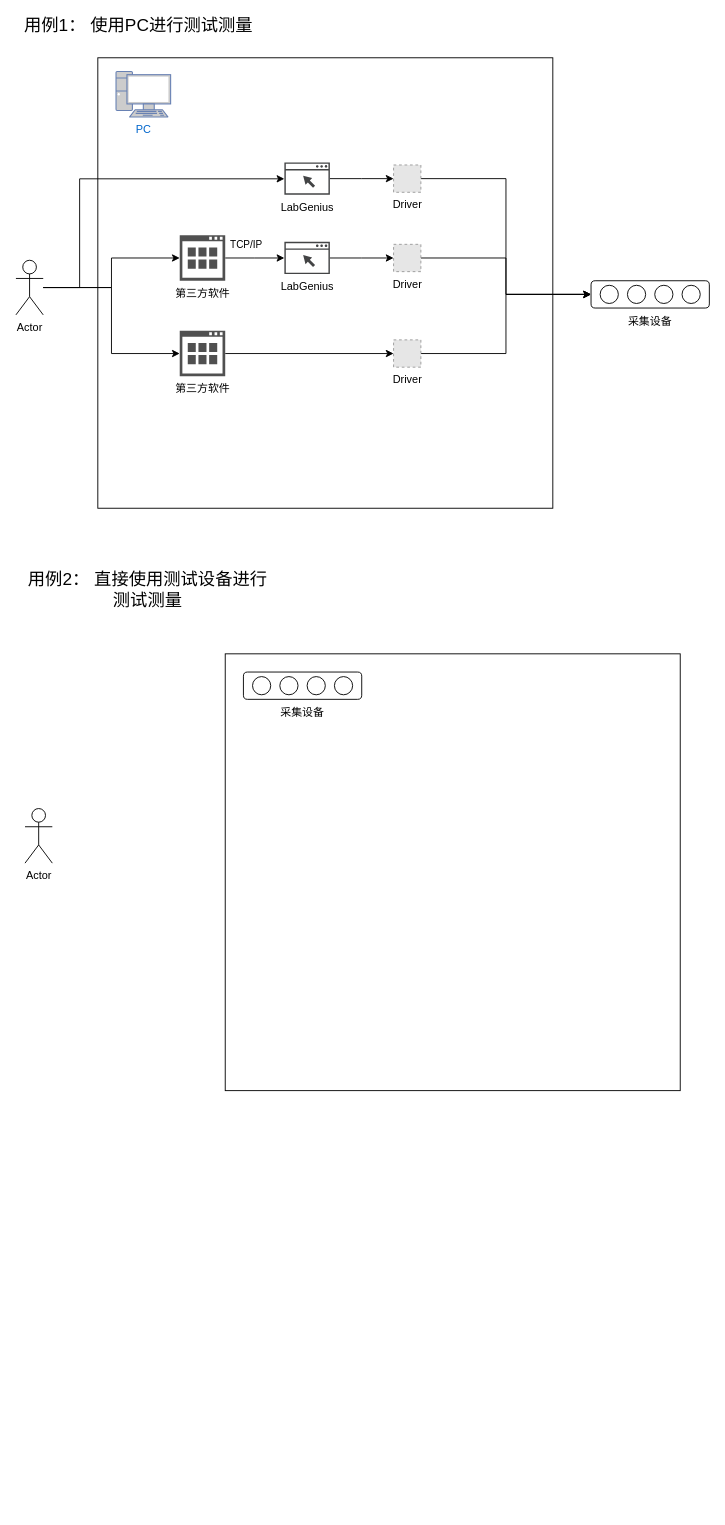
zhugy08/drawio keeps this draw.io diagram as NLab/UseCases.drawio. Above is the earlier version. Source tidied: cells renumbered, new cells numbered last; positions are measured from the earlier drawing's top-left corner, leaving out a move shared by most shapes. Both pictures are drawn from the tidied source at 91%, with x=0, y=0 at pixel (15, 16). Pictures stored in the file or linked from it are replaced by grey dashed boxes.
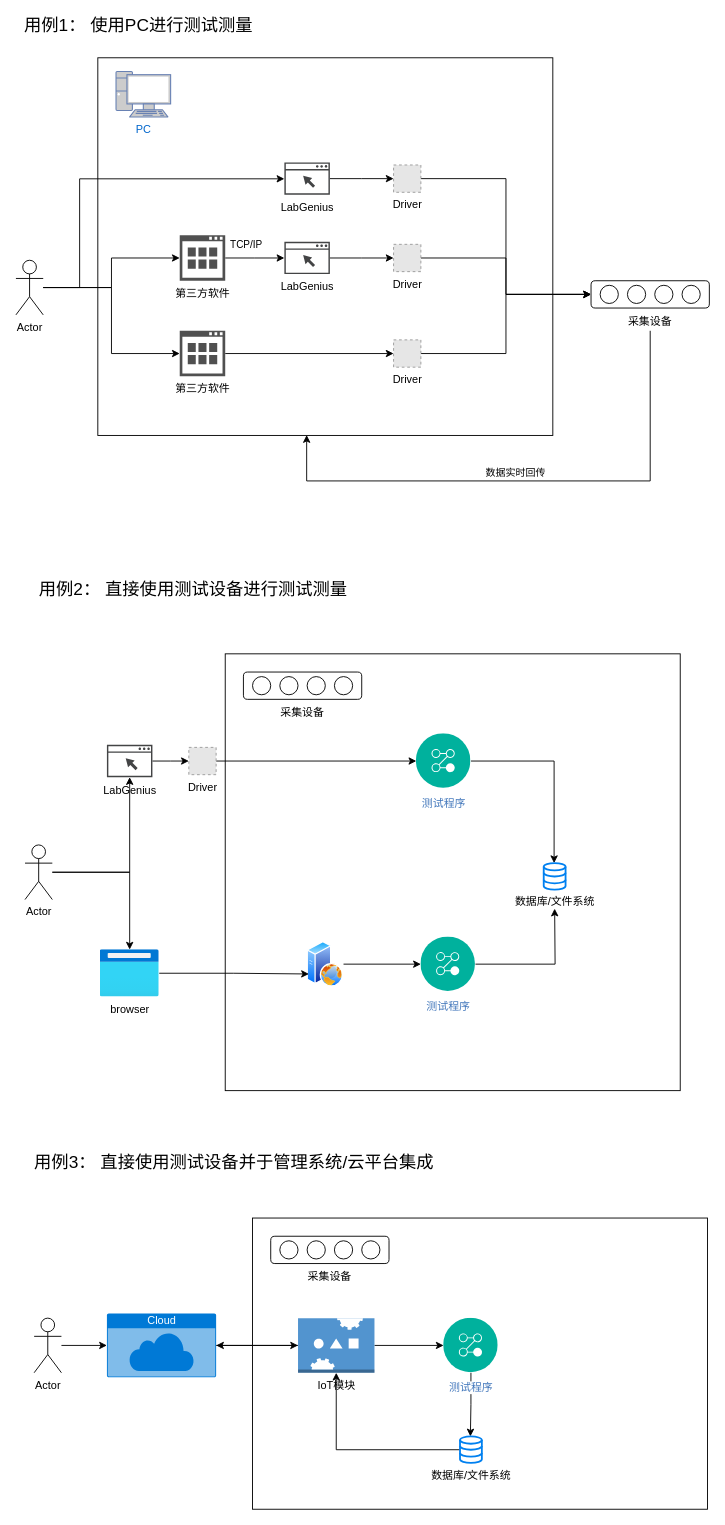
The same page after the edit.

Unchanged cells that the change refers to:
```xml
<mxCell id="16" value="采集设备" style="text;html=1;strokeColor=none;fillColor=none;align=center;verticalAlign=middle;whiteSpace=wrap;rounded=0;" parent="9" vertex="1">
  <mxGeometry x="40" y="35" width="50" height="20" as="geometry" />
</mxCell>
```

Diff of the diagram source:
```diff
@@
     <mxCell id="3" style="rounded=0;whiteSpace=wrap;html=1;" parent="1" vertex="1">
-      <mxGeometry x="90" y="45" width="500" height="495" as="geometry" />
+      <mxGeometry x="90" y="45" width="500" height="415" as="geometry" />
     </mxCell>
@@
     <mxCell id="33" value="&lt;font style=&quot;font-size: 19px&quot;&gt;用例2： 直接使用测试设备进行测试测量&lt;/font&gt;" style="text;html=1;strokeColor=none;fillColor=none;align=center;verticalAlign=middle;whiteSpace=wrap;rounded=0;" parent="1" vertex="1">
-      <mxGeometry x="10" y="620" width="270" height="20" as="geometry" />
+      <mxGeometry x="10" y="620" width="370" height="20" as="geometry" />
     </mxCell>
@@
+    <mxCell id="43" style="edgeStyle=orthogonalEdgeStyle;rounded=0;jettySize=auto;html=1;" parent="1" edge="1" source="42" target="46">
+      <mxGeometry relative="1" as="geometry" />
+    </mxCell>
+    <mxCell id="44" style="edgeStyle=orthogonalEdgeStyle;rounded=0;jettySize=auto;html=1;" parent="1" edge="1" source="42" target="56">
+      <mxGeometry relative="1" as="geometry" />
+    </mxCell>
     <mxCell id="42" value="Actor" style="shape=umlActor;verticalLabelPosition=bottom;verticalAlign=top;html=1;" parent="1" vertex="1">
-      <mxGeometry x="10" y="870" width="30" height="60" as="geometry" />
+      <mxGeometry x="10" y="910" width="30" height="60" as="geometry" />
     </mxCell>
+    <mxCell id="45" style="edgeStyle=orthogonalEdgeStyle;rounded=0;jettySize=auto;html=1;" parent="1" edge="1" source="46" target="50">
+      <mxGeometry relative="1" as="geometry" />
+    </mxCell>
+    <mxCell id="46" value="LabGenius" style="shadow=0;dashed=0;html=1;strokeColor=none;fillColor=#434445;labelPosition=center;verticalLabelPosition=bottom;verticalAlign=top;align=center;outlineConnect=0;shape=mxgraph.vvd.web_browser;" parent="1" vertex="1">
+      <mxGeometry x="100" y="800" width="50" height="35.5" as="geometry" />
+    </mxCell>
+    <mxCell id="47" style="edgeStyle=orthogonalEdgeStyle;rounded=0;jettySize=auto;html=1;entryX=0.475;entryY=0;entryDx=0;entryDy=0;entryPerimeter=0;" parent="1" edge="1" source="48" target="59">
+      <mxGeometry relative="1" as="geometry" />
+    </mxCell>
+    <mxCell id="48" value="测试程序" style="perimeter=ellipsePerimeter;html=1;align=center;shadow=0;dashed=0;fontColor=#4277BB;labelBackgroundColor=#ffffff;fontSize=12;spacingTop=3;image;image=img/lib/ibm/management/process_management.svg;" parent="1" vertex="1">
+      <mxGeometry x="440" y="787.8" width="60" height="60" as="geometry" />
+    </mxCell>
+    <mxCell id="49" style="edgeStyle=orthogonalEdgeStyle;rounded=0;jettySize=auto;html=1;" parent="1" edge="1" source="50" target="48">
+      <mxGeometry relative="1" as="geometry" />
+    </mxCell>
+    <mxCell id="50" value="Driver" style="fillColor=#E6E6E6;strokeColor=#999999;dashed=1;html=1;verticalAlign=top;verticalLabelPosition=bottom;labelBackgroundColor=#ffffff;" parent="1" vertex="1">
+      <mxGeometry x="190" y="802.8" width="30" height="30" as="geometry" />
+    </mxCell>
+    <mxCell id="51" style="edgeStyle=orthogonalEdgeStyle;rounded=0;jettySize=auto;html=1;" parent="1" edge="1" source="52" target="54">
+      <mxGeometry relative="1" as="geometry" />
+    </mxCell>
+    <mxCell id="52" style="perimeter=ellipsePerimeter;html=1;align=center;shadow=0;dashed=0;spacingTop=3;image;image=img/lib/active_directory/web_server.svg;" parent="1" vertex="1">
+      <mxGeometry x="320" y="1016" width="40" height="50" as="geometry" />
+    </mxCell>
+    <mxCell id="53" style="edgeStyle=orthogonalEdgeStyle;rounded=0;jettySize=auto;html=1;" parent="1" edge="1" source="54">
+      <mxGeometry relative="1" as="geometry">
+        <mxPoint x="592" y="980" as="targetPoint" />
+      </mxGeometry>
+    </mxCell>
+    <mxCell id="54" value="测试程序" style="perimeter=ellipsePerimeter;html=1;align=center;shadow=0;dashed=0;fontColor=#4277BB;labelBackgroundColor=#ffffff;fontSize=12;spacingTop=3;image;image=img/lib/ibm/management/process_management.svg;" parent="1" vertex="1">
+      <mxGeometry x="445" y="1011" width="60" height="60" as="geometry" />
+    </mxCell>
+    <mxCell id="55" style="edgeStyle=orthogonalEdgeStyle;rounded=0;jettySize=auto;html=1;entryX=0;entryY=0.75;entryDx=0;entryDy=0;" parent="1" edge="1" source="56" target="52">
+      <mxGeometry relative="1" as="geometry" />
+    </mxCell>
+    <mxCell id="56" value="browser" style="html=1;points=[];align=center;image;fontSize=12;image=img/lib/azure2/general/Browser.svg;" parent="1" vertex="1">
+      <mxGeometry x="92.5" y="1025" width="65" height="52" as="geometry" />
+    </mxCell>
+    <mxCell id="57" style="edgeStyle=orthogonalEdgeStyle;rounded=0;jettySize=auto;html=1;entryX=0.459;entryY=0.999;entryDx=0;entryDy=0;entryPerimeter=0;" parent="1" edge="1" source="16" target="3">
+      <mxGeometry relative="1" as="geometry">
+        <Array as="points">
+          <mxPoint x="697" y="510" />
+          <mxPoint x="320" y="510" />
+        </Array>
+      </mxGeometry>
+    </mxCell>
+    <mxCell id="58" value="数据实时回传" style="edgeLabel;html=1;align=center;verticalAlign=middle;" parent="57" vertex="1">
+      <mxGeometry x="0.06" y="-4" relative="1" as="geometry">
+        <mxPoint y="-6" as="offset" />
+      </mxGeometry>
+    </mxCell>
+    <mxCell id="59" value="数据库/文件系统" style="html=1;verticalLabelPosition=bottom;align=center;labelBackgroundColor=#ffffff;verticalAlign=top;strokeWidth=2;strokeColor=#0080F0;shadow=0;dashed=0;shape=mxgraph.ios7.icons.data;" parent="1" vertex="1">
+      <mxGeometry x="580" y="930" width="24" height="29.1" as="geometry" />
+    </mxCell>
+    <mxCell id="60" value="&lt;font style=&quot;font-size: 19px&quot;&gt;用例3： 直接使用测试设备并于管理系统/云平台集成&lt;/font&gt;" style="text;html=1;strokeColor=none;fillColor=none;align=center;verticalAlign=middle;whiteSpace=wrap;rounded=0;" parent="1" vertex="1">
+      <mxGeometry x="10" y="1250" width="460" height="20" as="geometry" />
+    </mxCell>
+    <mxCell id="61" style="edgeStyle=orthogonalEdgeStyle;rounded=0;jettySize=auto;html=1;" parent="1" edge="1" source="62" target="63">
+      <mxGeometry relative="1" as="geometry" />
+    </mxCell>
+    <mxCell id="62" value="Actor" style="shape=umlActor;verticalLabelPosition=bottom;verticalAlign=top;html=1;" parent="1" vertex="1">
+      <mxGeometry x="20" y="1430" width="30" height="60" as="geometry" />
+    </mxCell>
+    <mxCell id="63" value="Cloud" style="html=1;strokeColor=none;fillColor=#0079D6;labelPosition=center;verticalLabelPosition=middle;verticalAlign=top;align=center;fontSize=12;outlineConnect=0;spacingTop=-6;fontColor=#FFFFFF;shape=mxgraph.sitemap.cloud;" parent="1" vertex="1">
+      <mxGeometry x="100" y="1425" width="120" height="70" as="geometry" />
+    </mxCell>
+    <mxCell id="64" style="rounded=0;whiteSpace=wrap;html=1;" parent="1" vertex="1">
+      <mxGeometry x="260" y="1320" width="500" height="320" as="geometry" />
+    </mxCell>
+    <mxCell id="65" style="group;" parent="1" vertex="1">
+      <mxGeometry x="280" y="1340" width="130" height="55" as="geometry" />
+    </mxCell>
+    <mxCell id="66" style="group;" parent="65" vertex="1">
+      <mxGeometry width="130" height="30" as="geometry" />
+    </mxCell>
+    <mxCell id="67" style="rounded=1;whiteSpace=wrap;html=1;" parent="66" vertex="1">
+      <mxGeometry width="130" height="30" as="geometry" />
+    </mxCell>
+    <mxCell id="68" style="ellipse;whiteSpace=wrap;html=1;" parent="66" vertex="1">
+      <mxGeometry x="10" y="5" width="20" height="20" as="geometry" />
+    </mxCell>
+    <mxCell id="69" style="ellipse;whiteSpace=wrap;html=1;" parent="66" vertex="1">
+      <mxGeometry x="40" y="5" width="20" height="20" as="geometry" />
+    </mxCell>
+    <mxCell id="70" style="ellipse;whiteSpace=wrap;html=1;" parent="66" vertex="1">
+      <mxGeometry x="70" y="5" width="20" height="20" as="geometry" />
+    </mxCell>
+    <mxCell id="71" style="ellipse;whiteSpace=wrap;html=1;" parent="66" vertex="1">
+      <mxGeometry x="100" y="5" width="20" height="20" as="geometry" />
+    </mxCell>
+    <mxCell id="72" value="采集设备" style="text;html=1;strokeColor=none;fillColor=none;align=center;verticalAlign=middle;whiteSpace=wrap;rounded=0;" parent="65" vertex="1">
+      <mxGeometry x="40" y="35" width="50" height="20" as="geometry" />
+    </mxCell>
+    <mxCell id="73" style="edgeStyle=orthogonalEdgeStyle;rounded=0;jettySize=auto;html=1;entryX=0.475;entryY=0;entryDx=0;entryDy=0;entryPerimeter=0;" parent="1" edge="1" source="74" target="77">
+      <mxGeometry relative="1" as="geometry" />
+    </mxCell>
+    <mxCell id="74" value="测试程序" style="perimeter=ellipsePerimeter;html=1;align=center;shadow=0;dashed=0;fontColor=#4277BB;labelBackgroundColor=#ffffff;fontSize=12;spacingTop=3;image;image=img/lib/ibm/management/process_management.svg;" parent="1" vertex="1">
+      <mxGeometry x="470" y="1430" width="60" height="60" as="geometry" />
+    </mxCell>
+    <mxCell id="75" style="edgeStyle=orthogonalEdgeStyle;rounded=0;jettySize=auto;html=1;exitX=1;exitY=0.5;exitDx=0;exitDy=0;exitPerimeter=0;" parent="1" edge="1" source="79" target="74">
+      <mxGeometry relative="1" as="geometry" />
+    </mxCell>
+    <mxCell id="76" style="edgeStyle=orthogonalEdgeStyle;rounded=0;jettySize=auto;html=1;" parent="1" edge="1" source="77" target="79">
+      <mxGeometry relative="1" as="geometry" />
+    </mxCell>
+    <mxCell id="77" value="数据库/文件系统" style="html=1;verticalLabelPosition=bottom;align=center;labelBackgroundColor=#ffffff;verticalAlign=top;strokeWidth=2;strokeColor=#0080F0;shadow=0;dashed=0;shape=mxgraph.ios7.icons.data;" parent="1" vertex="1">
+      <mxGeometry x="488" y="1560" width="24" height="29.1" as="geometry" />
+    </mxCell>
+    <mxCell id="78" style="edgeStyle=orthogonalEdgeStyle;rounded=0;jettySize=auto;html=1;" parent="1" edge="1" source="79" target="63">
+      <mxGeometry relative="1" as="geometry" />
+    </mxCell>
+    <mxCell id="79" value="IoT模块" style="outlineConnect=0;dashed=0;verticalLabelPosition=bottom;verticalAlign=top;align=center;html=1;shape=mxgraph.aws3.servo;fillColor=#5294CF;gradientColor=none;" parent="1" vertex="1">
+      <mxGeometry x="310" y="1430" width="84" height="60" as="geometry" />
+    </mxCell>
+    <mxCell id="80" style="edgeStyle=orthogonalEdgeStyle;rounded=0;jettySize=auto;html=1;exitX=1;exitY=0.5;exitDx=0;exitDy=0;exitPerimeter=0;" parent="1" edge="1" source="63" target="79">
+      <mxGeometry relative="1" as="geometry" />
+    </mxCell>
```
